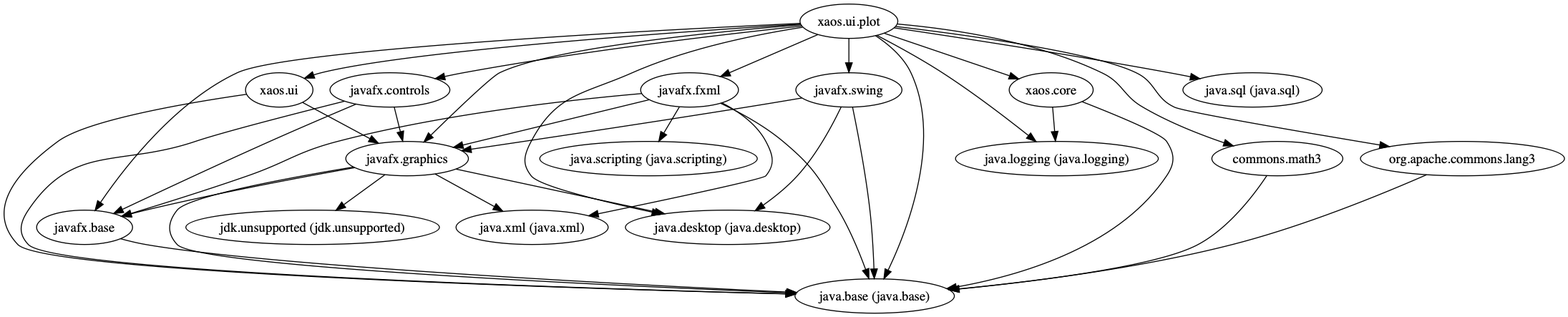
Before: xaos.ui.plot.module/doc/module-dependencies.png, a diagram exported from Graphviz (ESSICS/XAOS). Its source is kept beside it as xaos.ui.plot.module/doc/module-dependencies.dot.
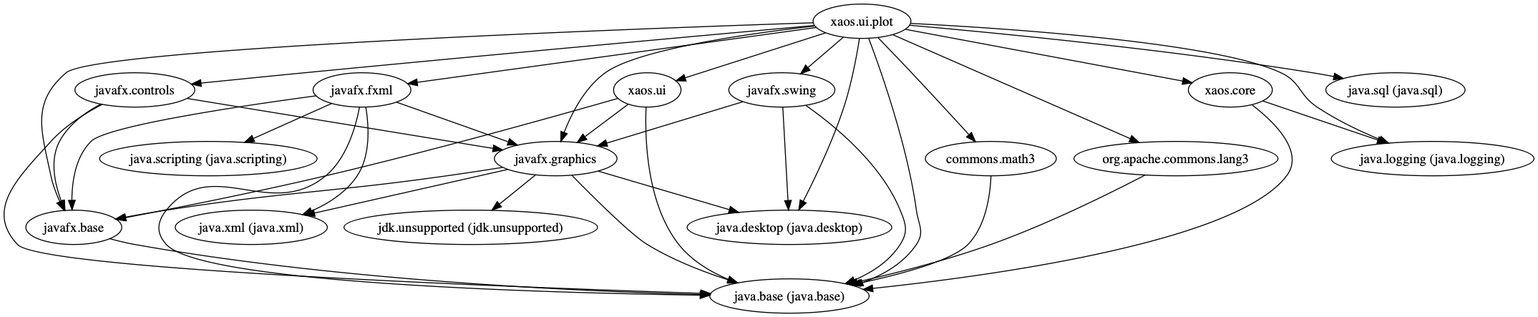
Later version of the same file.

Diff of the diagram source:
```diff
@@ -8,6 +8,7 @@
   "javafx.controls"                                  -> "javafx.base";
   "javafx.controls"                                  -> "javafx.graphics";
   "xaos.ui"                                          -> "java.base (java.base)";
+  "xaos.ui"                                          -> "javafx.base";
   "xaos.ui"                                          -> "javafx.graphics";
   "javafx.fxml"                                      -> "java.base (java.base)";
   "javafx.fxml"                                      -> "java.scripting (java.scripting)";
```
